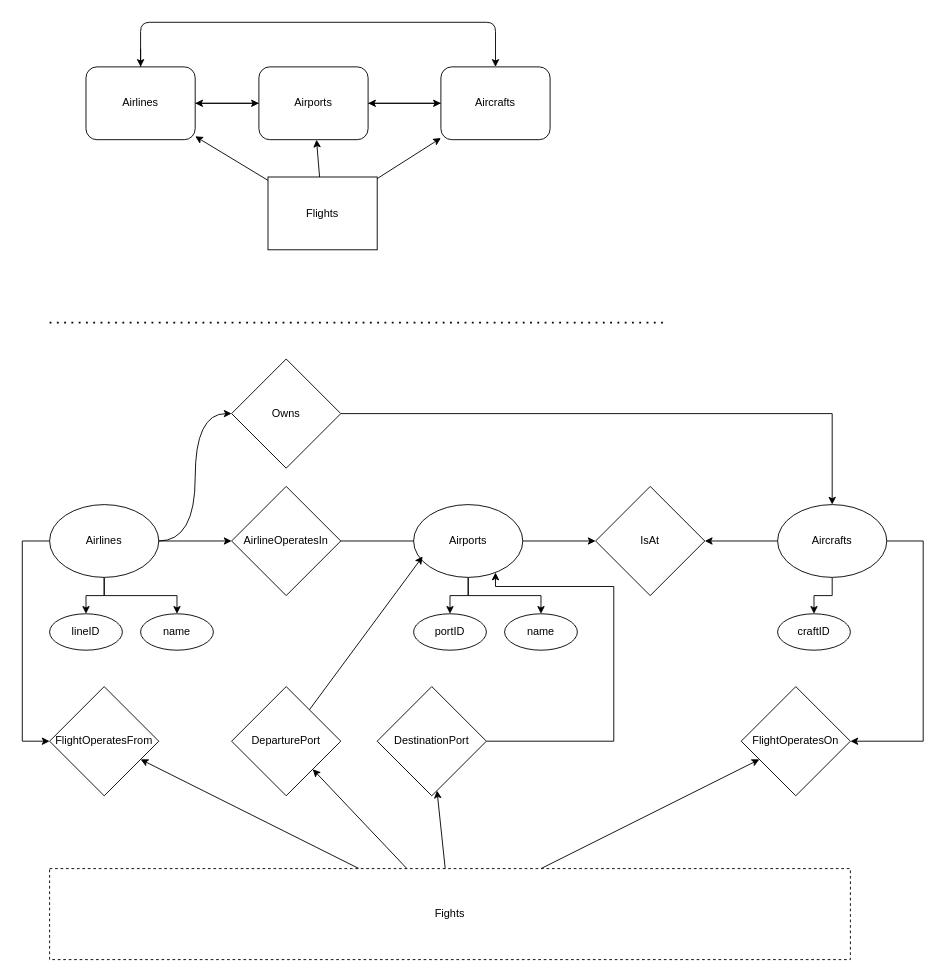
Before: page "PhysicalLayer" (3 of 7) of ERDiagram.drawio in kyle4036/DatabaseManagement2026Project1, a draw.io diagram. Source tidied: cells renumbered, new cells numbered last; positions are measured from the earlier drawing's top-left corner, leaving out a move shared by most shapes. Both pictures are drawn from the tidied source at 91%, with x=0, y=0 at pixel (22, 22).
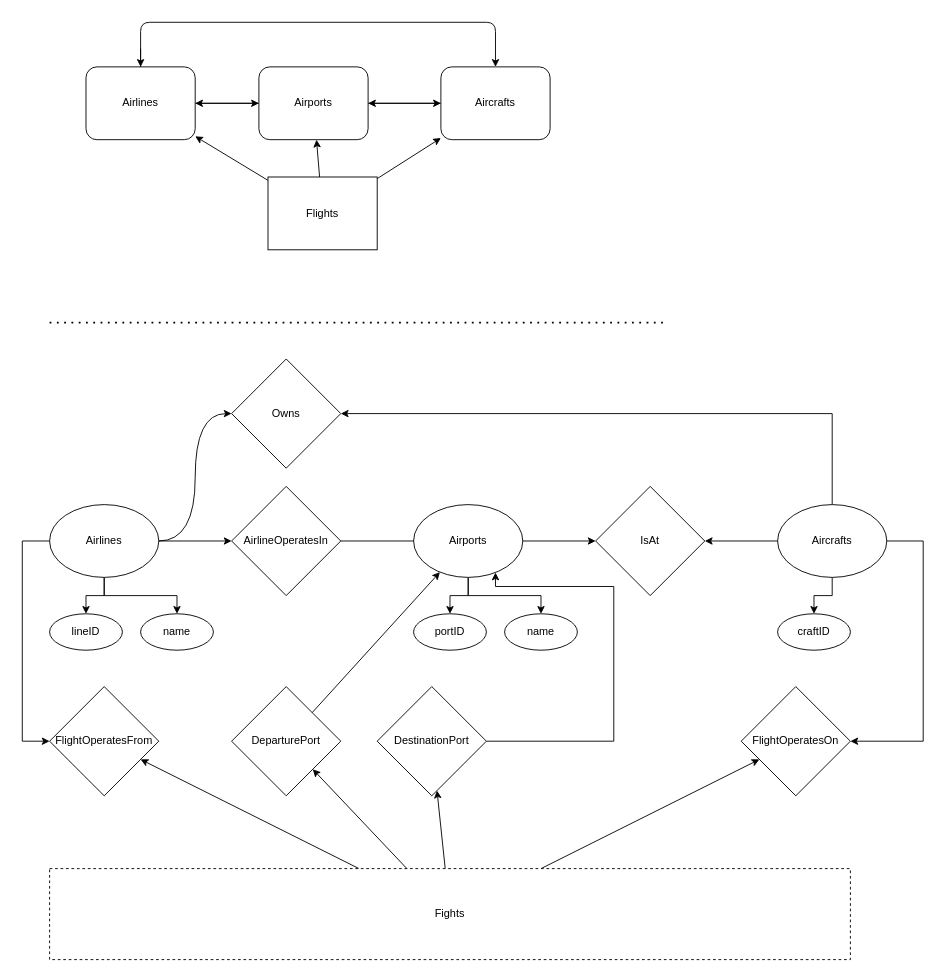
The same page after the edit.

Commit message:
ERDia_PhysicalLayer

adjusting some arrows

Unchanged cells that the change refers to:
```xml
<mxCell id="20" value="Airports" style="ellipse;whiteSpace=wrap;html=1;" parent="1" vertex="1">
  <mxGeometry x="430" y="530" width="120" height="80" as="geometry" />
</mxCell>
<mxCell id="24" value="Aircrafts" style="ellipse;whiteSpace=wrap;html=1;" parent="1" vertex="1">
  <mxGeometry x="830" y="530" width="120" height="80" as="geometry" />
</mxCell>
<mxCell id="34" value="Owns" style="rhombus;whiteSpace=wrap;html=1;" parent="1" vertex="1">
  <mxGeometry x="230" y="370" width="120" height="120" as="geometry" />
</mxCell>
<mxCell id="46" value="DeparturePort" style="rhombus;whiteSpace=wrap;html=1;" parent="1" vertex="1">
  <mxGeometry x="230" y="730" width="120" height="120" as="geometry" />
</mxCell>
```

Change to the diagram source:
```diff
@@
+    <mxCell id="51" style="edgeStyle=orthogonalEdgeStyle;rounded=0;jettySize=auto;html=1;entryX=1;entryY=0.5;entryDx=0;entryDy=0;" parent="1" edge="1" source="24" target="34">
+      <mxGeometry relative="1" as="geometry">
+        <Array as="points">
+          <mxPoint x="890" y="430" />
+        </Array>
+      </mxGeometry>
+    </mxCell>
@@
-    <mxCell id="33" style="edgeStyle=orthogonalEdgeStyle;rounded=0;jettySize=auto;html=1;" parent="1" edge="1" source="34" target="24">
-      <mxGeometry relative="1" as="geometry" />
-    </mxCell>
@@
-    <mxCell id="48" style="rounded=0;jettySize=auto;html=1;entryX=0.083;entryY=0.713;entryDx=0;entryDy=0;entryPerimeter=0;" parent="1" edge="1" source="46" target="20">
+    <mxCell id="48" style="rounded=0;jettySize=auto;html=1;" parent="1" edge="1" source="46" target="20">
       <mxGeometry relative="1" as="geometry" />
     </mxCell>
```
